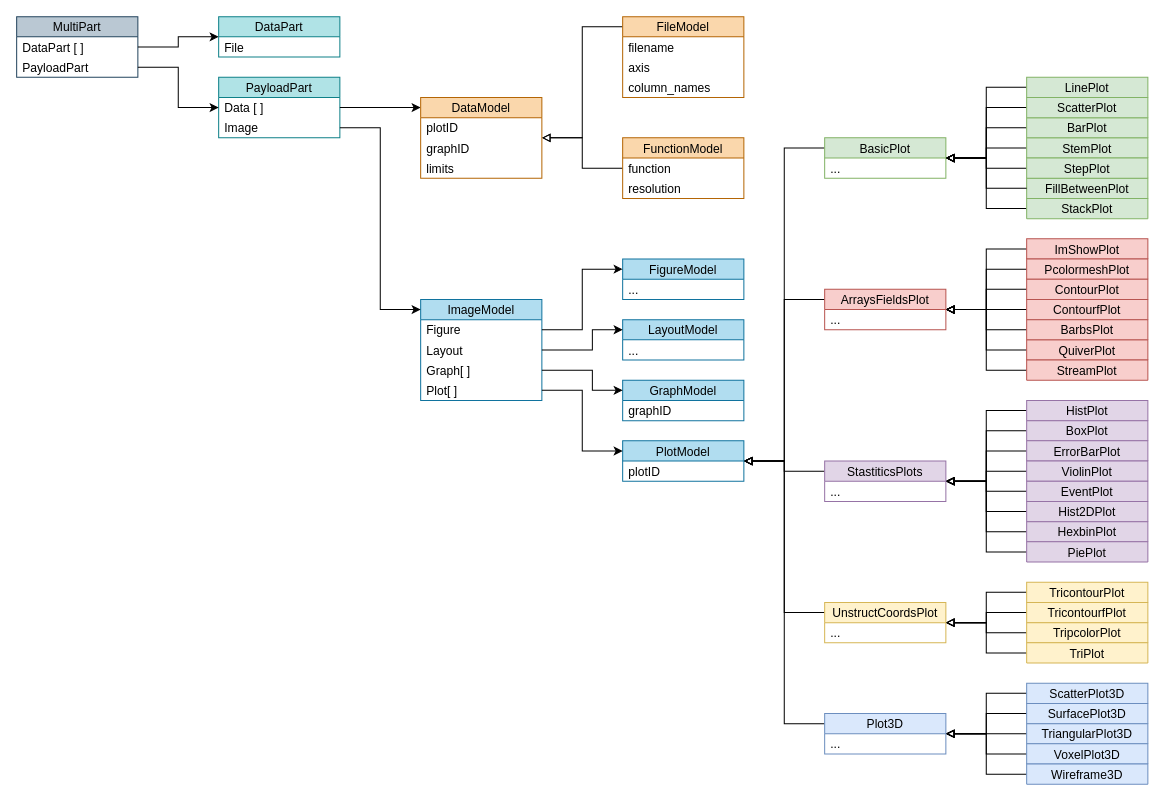
Above: page "datamodelV0.1" (1 of 3) of docs/schemas/DataModel.drawio in LionOfGraphs/log (draw.io), before the change. Source tidied: cells renumbered, new cells numbered last; positions are measured from the earlier drawing's top-left corner, leaving out a move shared by most shapes. Both pictures are drawn from the tidied source at 101%, with x=0, y=0 at pixel (16, 16).
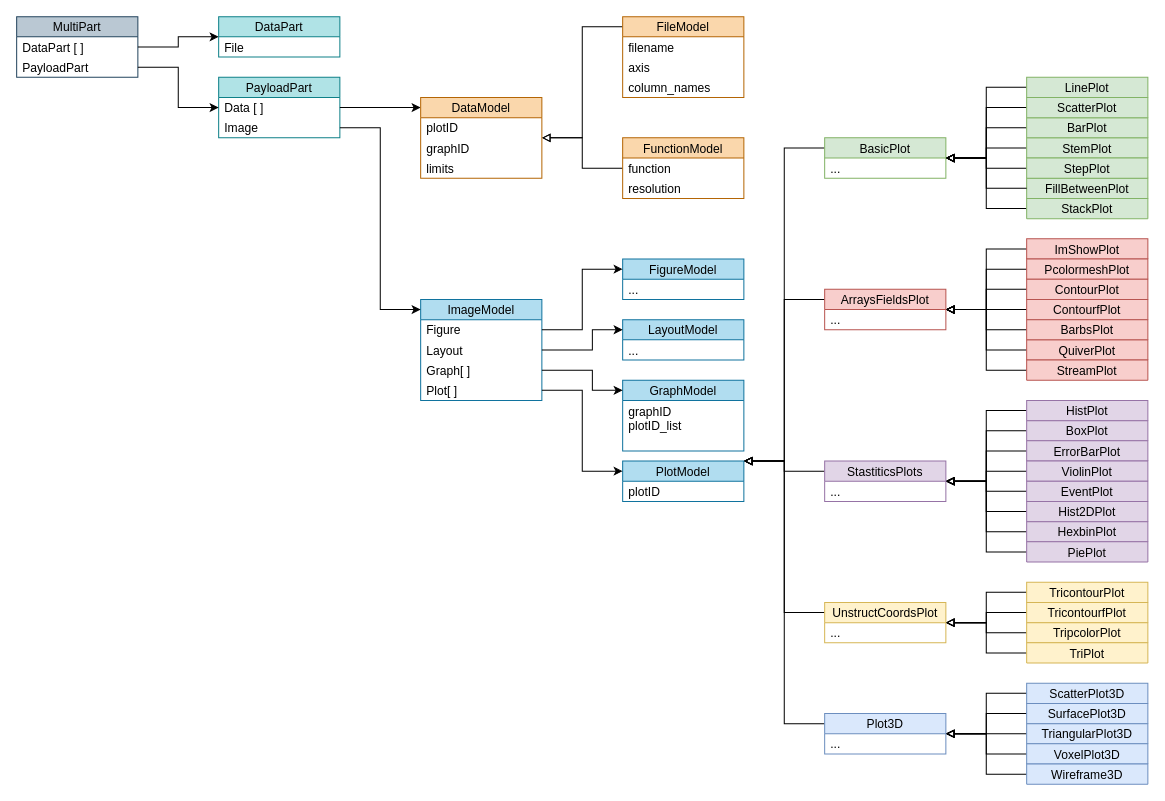
After the change.

Commit message (it also covers changes not shown here):
New data model

The change refers to these unchanged cells:
```xml
<mxCell id="16" value="Plot[ ]" style="text;strokeColor=none;fillColor=none;align=left;verticalAlign=middle;spacingLeft=4;spacingRight=4;overflow=hidden;points=[[0,0.5],[1,0.5]];portConstraint=eastwest;" parent="12" vertex="1">
  <mxGeometry y="80" width="120" height="20" as="geometry" />
</mxCell>
```

Diff of the diagram source:
```diff
@@
     <mxCell id="21" value="GraphModel" style="swimlane;fontStyle=0;horizontal=1;startSize=20;fillColor=#b1ddf0;strokeColor=#10739e;" parent="1" vertex="1">
-      <mxGeometry x="600" y="360" width="120" height="40" as="geometry" />
+      <mxGeometry x="600" y="360" width="120" height="70" as="geometry" />
     </mxCell>
-    <mxCell id="22" value="graphID" style="text;strokeColor=none;fillColor=none;align=left;verticalAlign=middle;spacingLeft=4;spacingRight=4;overflow=hidden;" parent="21" vertex="1">
-      <mxGeometry y="20" width="120" height="20" as="geometry" />
+    <mxCell id="22" value="graphID&#10;plotID_list&#10;" style="text;strokeColor=none;fillColor=none;align=left;verticalAlign=middle;spacingLeft=4;spacingRight=4;overflow=hidden;" parent="21" vertex="1">
+      <mxGeometry y="20" width="120" height="50" as="geometry" />
     </mxCell>
@@
     <mxCell id="30" value="PlotModel" style="swimlane;fontStyle=0;horizontal=1;startSize=20;fillColor=#b1ddf0;strokeColor=#10739e;" parent="1" vertex="1">
-      <mxGeometry x="600" y="420" width="120" height="40" as="geometry" />
+      <mxGeometry x="600" y="440" width="120" height="40" as="geometry" />
     </mxCell>
@@
     <mxCell id="32" style="edgeStyle=orthogonalEdgeStyle;rounded=0;jettySize=auto;html=1;" parent="1" edge="1" source="16" target="30">
       <mxGeometry relative="1" as="geometry">
         <Array as="points">
           <mxPoint x="560" y="370" />
-          <mxPoint x="560" y="430" />
+          <mxPoint x="560" y="450" />
         </Array>
       </mxGeometry>
     </mxCell>
```
